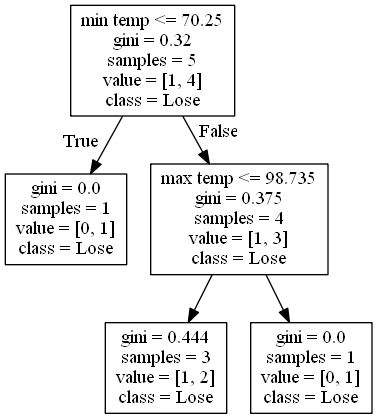
The Graphviz diagram DecisionTrees/Pac-12decision_tree_no_score_or_attendance9.png in alexana-steck/CSE482Project, before a commit. Its source is kept beside it as DecisionTrees/Pac-12decision_tree_no_score_or_attendance9.dot.
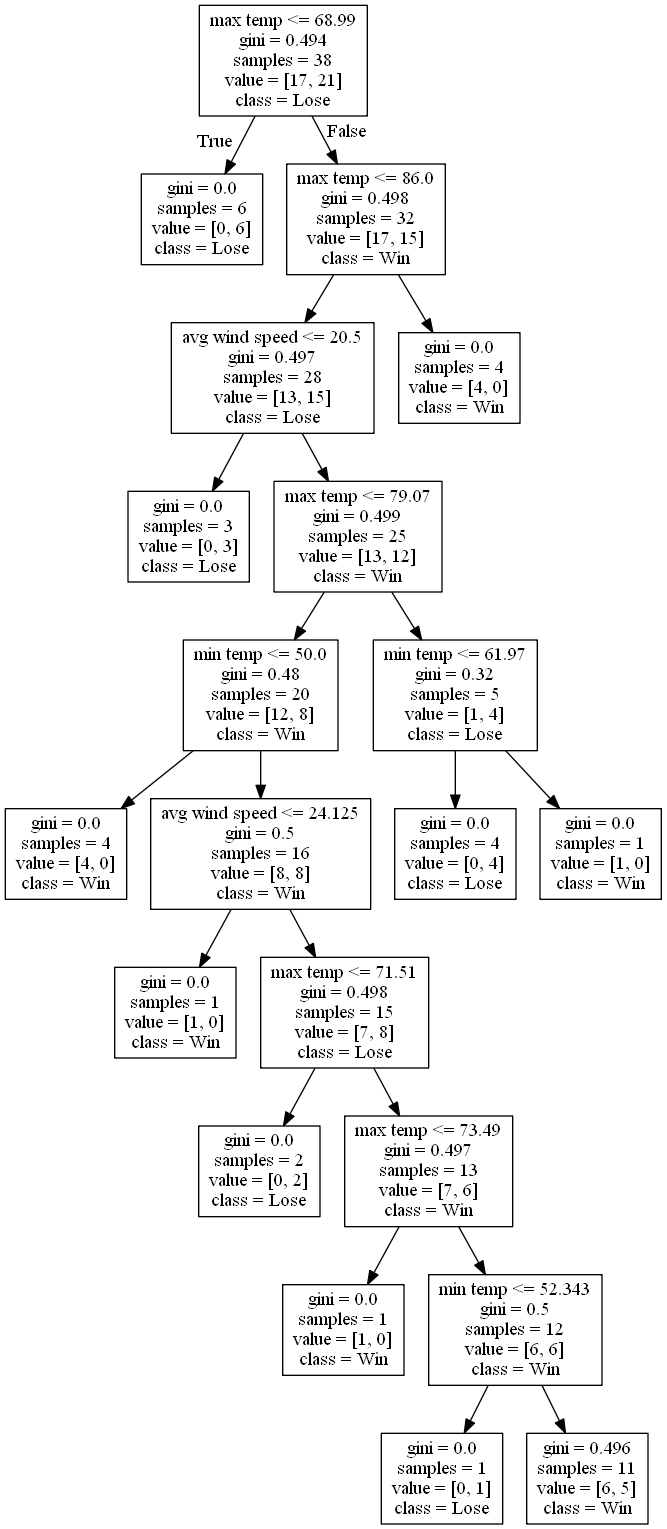
Later version of the same file.

The edit, as a diff of the source:
```diff
@@ -1,12 +1,44 @@
 digraph Tree {
 node [shape=box] ;
-0 [label="min temp <= 70.25\ngini = 0.32\nsamples = 5\nvalue = [1, 4]\nclass = Lose"] ;
-1 [label="gini = 0.0\nsamples = 1\nvalue = [0, 1]\nclass = Lose"] ;
+0 [label="max temp <= 68.99\ngini = 0.494\nsamples = 38\nvalue = [17, 21]\nclass = Lose"] ;
+1 [label="gini = 0.0\nsamples = 6\nvalue = [0, 6]\nclass = Lose"] ;
 0 -> 1 [labeldistance=2.5, labelangle=45, headlabel="True"] ;
-2 [label="max temp <= 98.735\ngini = 0.375\nsamples = 4\nvalue = [1, 3]\nclass = Lose"] ;
+2 [label="max temp <= 86.0\ngini = 0.498\nsamples = 32\nvalue = [17, 15]\nclass = Win"] ;
 0 -> 2 [labeldistance=2.5, labelangle=-45, headlabel="False"] ;
-3 [label="gini = 0.444\nsamples = 3\nvalue = [1, 2]\nclass = Lose"] ;
+3 [label="avg wind speed <= 20.5\ngini = 0.497\nsamples = 28\nvalue = [13, 15]\nclass = Lose"] ;
 2 -> 3 ;
-4 [label="gini = 0.0\nsamples = 1\nvalue = [0, 1]\nclass = Lose"] ;
-2 -> 4 ;
+4 [label="gini = 0.0\nsamples = 3\nvalue = [0, 3]\nclass = Lose"] ;
+3 -> 4 ;
+5 [label="max temp <= 79.07\ngini = 0.499\nsamples = 25\nvalue = [13, 12]\nclass = Win"] ;
+3 -> 5 ;
+6 [label="min temp <= 50.0\ngini = 0.48\nsamples = 20\nvalue = [12, 8]\nclass = Win"] ;
+5 -> 6 ;
+7 [label="gini = 0.0\nsamples = 4\nvalue = [4, 0]\nclass = Win"] ;
+6 -> 7 ;
+8 [label="avg wind speed <= 24.125\ngini = 0.5\nsamples = 16\nvalue = [8, 8]\nclass = Win"] ;
+6 -> 8 ;
+9 [label="gini = 0.0\nsamples = 1\nvalue = [1, 0]\nclass = Win"] ;
+8 -> 9 ;
+10 [label="max temp <= 71.51\ngini = 0.498\nsamples = 15\nvalue = [7, 8]\nclass = Lose"] ;
+8 -> 10 ;
+11 [label="gini = 0.0\nsamples = 2\nvalue = [0, 2]\nclass = Lose"] ;
+10 -> 11 ;
+12 [label="max temp <= 73.49\ngini = 0.497\nsamples = 13\nvalue = [7, 6]\nclass = Win"] ;
+10 -> 12 ;
+13 [label="gini = 0.0\nsamples = 1\nvalue = [1, 0]\nclass = Win"] ;
+12 -> 13 ;
+14 [label="min temp <= 52.343\ngini = 0.5\nsamples = 12\nvalue = [6, 6]\nclass = Win"] ;
+12 -> 14 ;
+15 [label="gini = 0.0\nsamples = 1\nvalue = [0, 1]\nclass = Lose"] ;
+14 -> 15 ;
+16 [label="gini = 0.496\nsamples = 11\nvalue = [6, 5]\nclass = Win"] ;
+14 -> 16 ;
+17 [label="min temp <= 61.97\ngini = 0.32\nsamples = 5\nvalue = [1, 4]\nclass = Lose"] ;
+5 -> 17 ;
+18 [label="gini = 0.0\nsamples = 4\nvalue = [0, 4]\nclass = Lose"] ;
+17 -> 18 ;
+19 [label="gini = 0.0\nsamples = 1\nvalue = [1, 0]\nclass = Win"] ;
+17 -> 19 ;
+20 [label="gini = 0.0\nsamples = 4\nvalue = [4, 0]\nclass = Win"] ;
+2 -> 20 ;
 }
```
